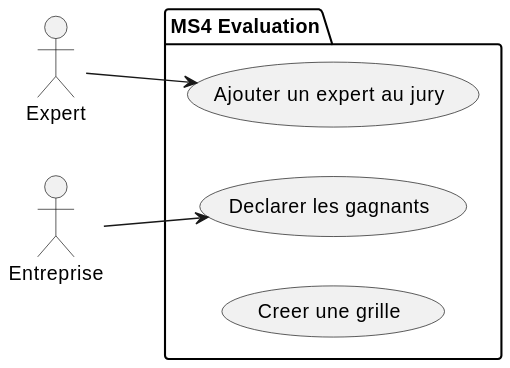
This is docs/Diagrams/Evaluation/ms4-evaluation-use-case.svg from reemslama/mini-projet-web, a PlantUML export, as it was before one commit. Its diagram source:
```plantuml
@startuml
skinparam backgroundColor #FFFFFF
left to right direction
actor Expert
actor Entreprise

package "MS4 Evaluation" {
  usecase "Creer une grille" as UC1
  usecase "Ajouter un expert au jury" as UC2
  usecase "Declarer les gagnants" as UC3
}

Expert --> UC2
Entreprise --> UC3
@enduml
```
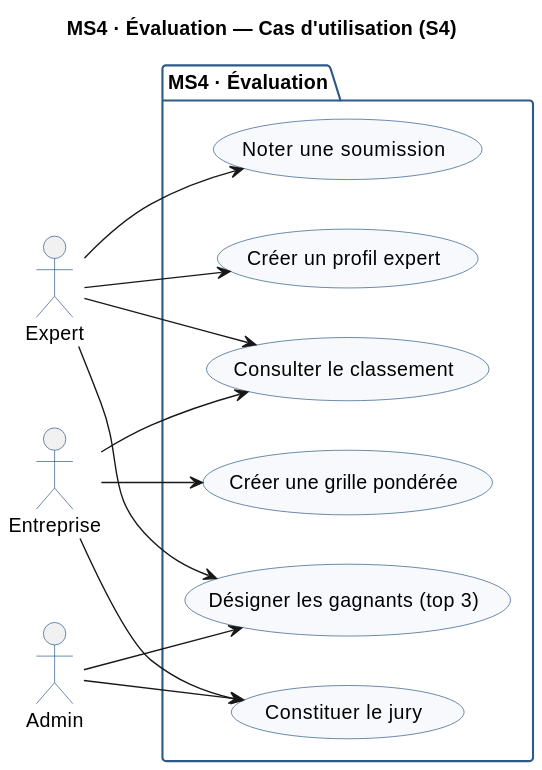
Later version of the same file.

Change to the diagram source:
```diff
@@ -1,15 +1,36 @@
 @startuml
+title MS4 · Évaluation — Cas d'utilisation (S4)
+
 skinparam backgroundColor #FFFFFF
+skinparam shadowing false
+skinparam FontName Helvetica
+skinparam FontSize 12
+skinparam UsecaseBackgroundColor #F7F9FC
+skinparam UsecaseBorderColor #2E5A88
+skinparam ActorBorderColor #2E5A88
+skinparam PackageBorderColor #2E5A88
+
 left to right direction
-actor Expert
-actor Entreprise
+actor "Expert" as EXP
+actor "Entreprise" as ENT
+actor "Admin" as ADM
 
-package "MS4 Evaluation" {
-  usecase "Creer une grille" as UC1
-  usecase "Ajouter un expert au jury" as UC2
-  usecase "Declarer les gagnants" as UC3
+package "MS4 · Évaluation" {
+  usecase "Créer un profil expert" as UC1
+  usecase "Constituer le jury" as UC2
+  usecase "Créer une grille pondérée" as UC3
+  usecase "Noter une soumission" as UC4
+  usecase "Consulter le classement" as UC5
+  usecase "Désigner les gagnants (top 3)" as UC6
 }
 
-Expert --> UC2
-Entreprise --> UC3
+EXP --> UC1
+EXP --> UC4
+EXP --> UC5
+EXP --> UC6
+ENT --> UC2
+ENT --> UC3
+ENT --> UC5
+ADM --> UC2
+ADM --> UC6
 @enduml
```
